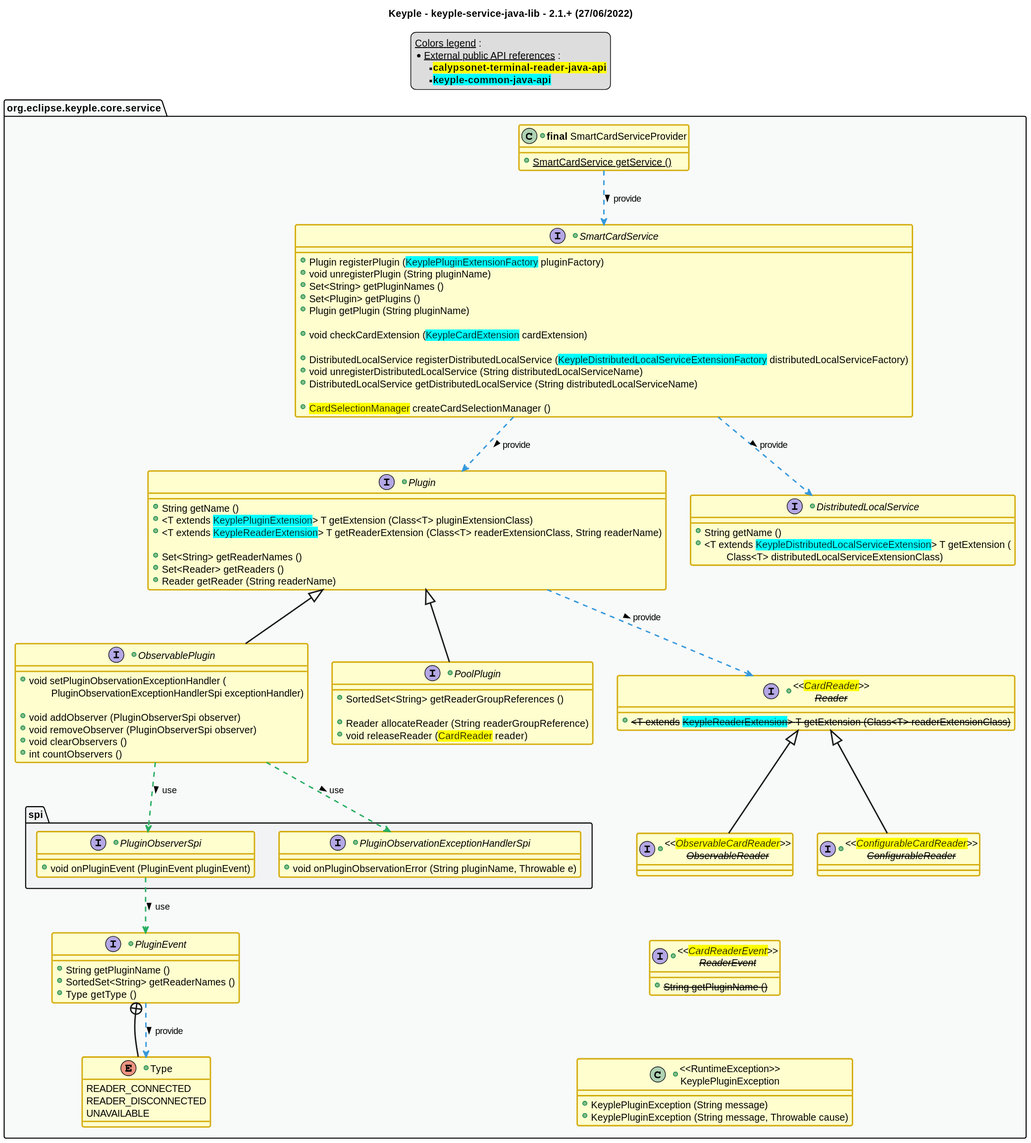
Before: src/main/uml/api_class_diagram.svg, a diagram exported from PlantUML (eclipse-keyple/keyple-service-java-lib).
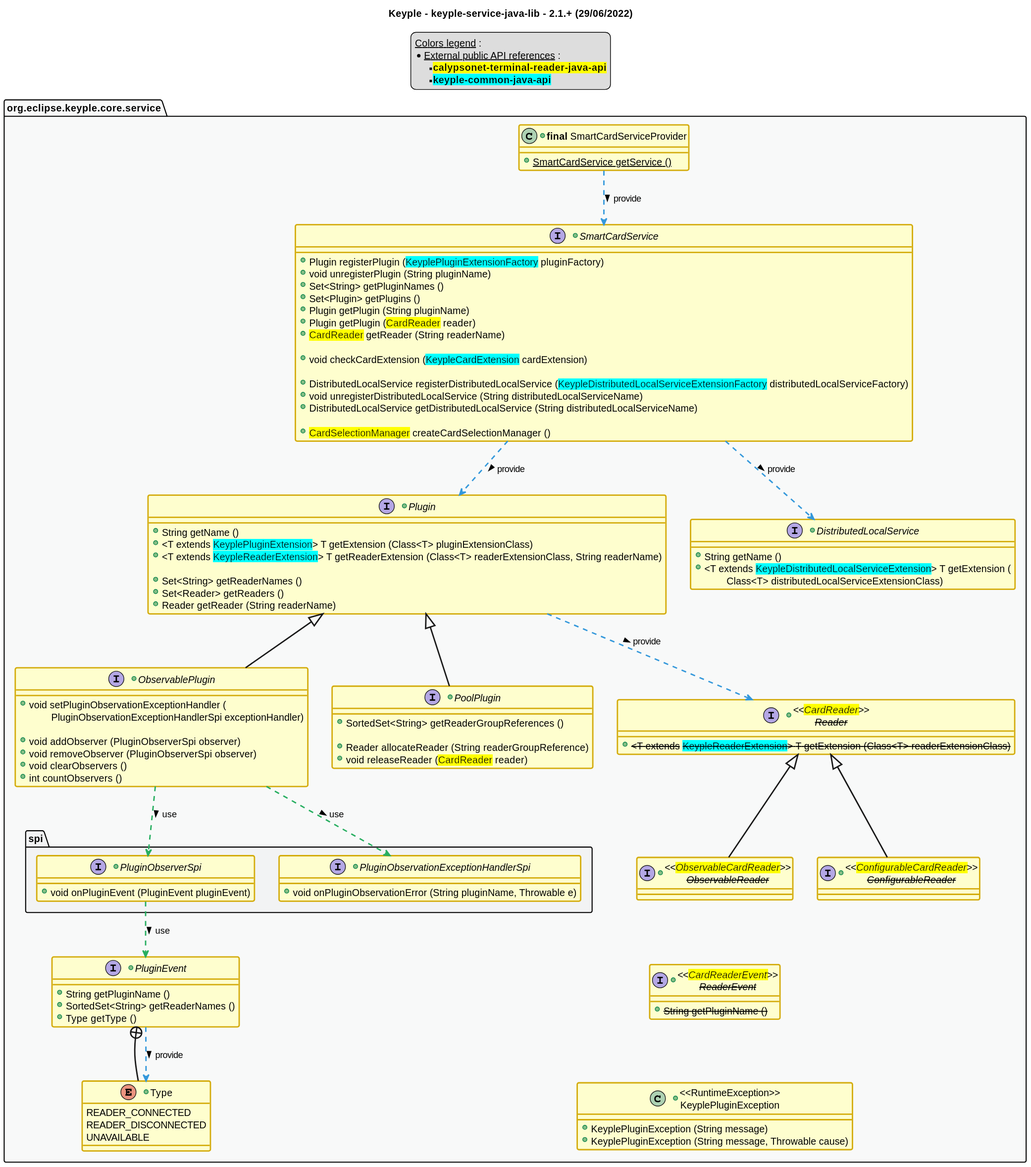
The same file after the commit.

The edit, as a diff of the source:
```diff
@@ -1,6 +1,6 @@
 @startuml
 title
-    Keyple - keyple-service-java-lib - 2.1.+ (27/06/2022)
+    Keyple - keyple-service-java-lib - 2.1.+ (29/06/2022)
 end title
 
 
@@ -57,6 +57,8 @@
         +Set<String> getPluginNames ()
         +Set<Plugin> getPlugins ()
         +Plugin getPlugin (String pluginName)
+        +Plugin getPlugin (<back:yellow>CardReader</back> reader)
+        +<back:yellow>CardReader</back> getReader (String readerName)
 
         +void checkCardExtension (<back:cyan>KeypleCardExtension</back> cardExtension)
 
```
